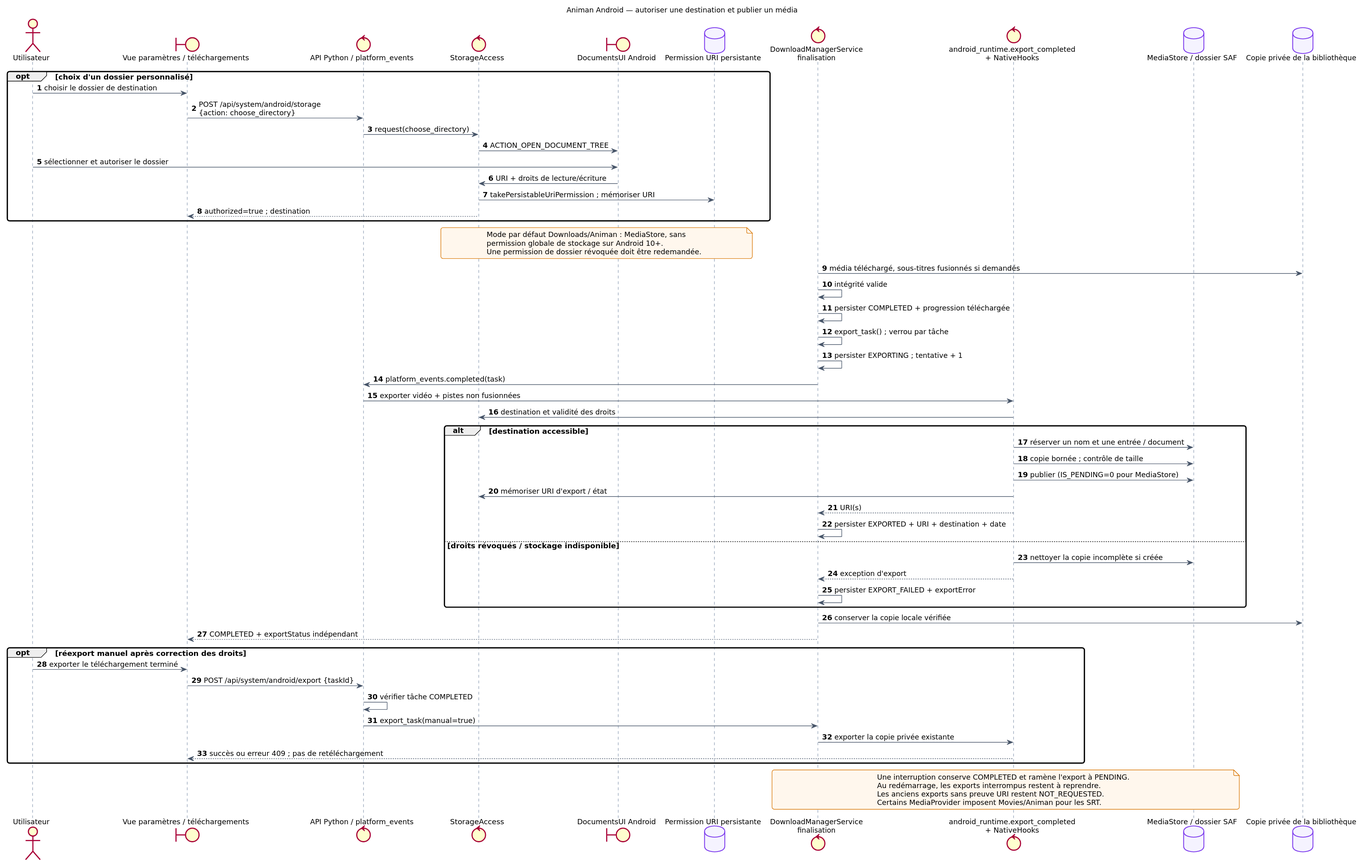
Earlier version of the PlantUML export docs/architecture/svg/12-sequence-stockage-android.svg (loeuf237/animan-python). Its diagram source:
```plantuml
@startuml
skinparam backgroundColor #FFFFFF
skinparam defaultFontName DejaVu Sans
skinparam defaultFontSize 13
skinparam shadowing false
skinparam roundcorner 8
skinparam ArrowColor #475569
skinparam packageStyle rectangle
skinparam classAttributeIconSize 0
skinparam classBackgroundColor #F5F3FF
skinparam classBorderColor #7C3AED
skinparam packageBackgroundColor #F8FAFC
skinparam packageBorderColor #94A3B8
skinparam usecaseBackgroundColor #F5F3FF
skinparam usecaseBorderColor #7C3AED
skinparam participantBackgroundColor #F5F3FF
skinparam participantBorderColor #7C3AED
skinparam sequenceLifeLineBorderColor #94A3B8
skinparam noteBackgroundColor #FFF7ED
skinparam noteBorderColor #D97706
skinparam componentStyle uml2
skinparam componentBackgroundColor #F5F3FF
skinparam componentBorderColor #7C3AED
skinparam databaseBackgroundColor #F5F3FF
skinparam databaseBorderColor #7C3AED
hide empty members
title Animan Android — autoriser une destination et publier un média
autonumber
actor Utilisateur as U
boundary "Vue paramètres / téléchargements" as UI
control "API Python / platform_events" as API
control StorageAccess as Storage
boundary "DocumentsUI Android" as Picker
database "Permission URI persistante" as Grant
control "DownloadManagerService\nfinalisation" as DM
control "android_runtime.export_completed\n+ NativeHooks" as Export
database "MediaStore / dossier SAF" as Shared
database "Copie privée de la bibliothèque" as Private
opt choix d'un dossier personnalisé
  U -> UI : choisir le dossier de destination
  UI -> API : POST /api/system/android/storage\n{action: choose_directory}
  API -> Storage : request(choose_directory)
  Storage -> Picker : ACTION_OPEN_DOCUMENT_TREE
  U -> Picker : sélectionner et autoriser le dossier
  Picker -> Storage : URI + droits de lecture/écriture
  Storage -> Grant : takePersistableUriPermission ; mémoriser URI
  Storage --> UI : authorized=true ; destination
end
note over Storage,Grant
Mode par défaut Downloads/Animan : MediaStore, sans
permission globale de stockage sur Android 10+.
Une permission de dossier révoquée doit être redemandée.
end note
DM -> Private : média téléchargé, sous-titres fusionnés si demandés
DM -> DM : intégrité valide
DM -> DM : persister COMPLETED + progression téléchargée
DM -> DM : export_task() ; verrou par tâche
DM -> DM : persister EXPORTING ; tentative + 1
DM -> API : platform_events.completed(task)
API -> Export : exporter vidéo + pistes non fusionnées
Export -> Storage : destination et validité des droits
alt destination accessible
  Export -> Shared : réserver un nom et une entrée / document
  Export -> Shared : copie bornée ; contrôle de taille
  Export -> Shared : publier (IS_PENDING=0 pour MediaStore)
  Export -> Storage : mémoriser URI d'export / état
  Export --> DM : URI(s)
  DM -> DM : persister EXPORTED + URI + destination + date
else droits révoqués / stockage indisponible
  Export -> Shared : nettoyer la copie incomplète si créée
  Export --> DM : exception d'export
  DM -> DM : persister EXPORT_FAILED + exportError
end
DM -> Private : conserver la copie locale vérifiée
DM --> UI : COMPLETED + exportStatus indépendant
opt réexport manuel après correction des droits
  U -> UI : exporter le téléchargement terminé
  UI -> API : POST /api/system/android/export {taskId}
  API -> API : vérifier tâche COMPLETED
  API -> DM : export_task(manual=true)
  DM -> Export : exporter la copie privée existante
  Export --> UI : succès ou erreur 409 ; pas de retéléchargement
end
note over DM,Shared
Une interruption conserve COMPLETED et ramène l'export à PENDING.
Au redémarrage, les exports interrompus restent à reprendre.
Les anciens exports sans preuve URI restent NOT_REQUESTED.
Certains MediaProvider imposent Movies/Animan pour les SRT.
end note
@enduml
```
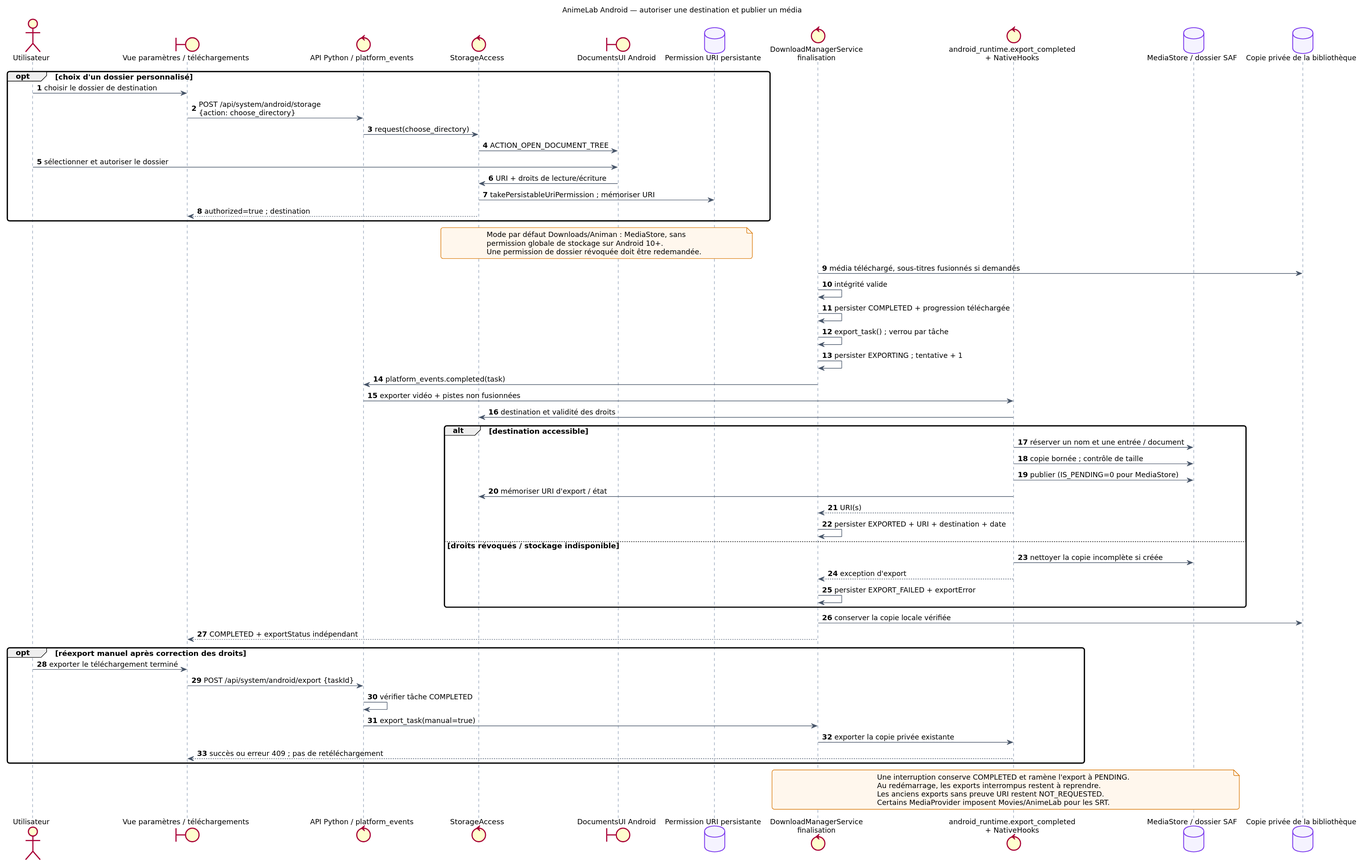
After the commit.

Change to the diagram source:
```diff
@@ -24,7 +24,7 @@
 skinparam databaseBackgroundColor #F5F3FF
 skinparam databaseBorderColor #7C3AED
 hide empty members
-title Animan Android — autoriser une destination et publier un média
+title AnimeLab Android — autoriser une destination et publier un média
 autonumber
 actor Utilisateur as U
 boundary "Vue paramètres / téléchargements" as UI
@@ -85,6 +85,6 @@
 Une interruption conserve COMPLETED et ramène l'export à PENDING.
 Au redémarrage, les exports interrompus restent à reprendre.
 Les anciens exports sans preuve URI restent NOT_REQUESTED.
-Certains MediaProvider imposent Movies/Animan pour les SRT.
+Certains MediaProvider imposent Movies/AnimeLab pour les SRT.
 end note
 @enduml
```
